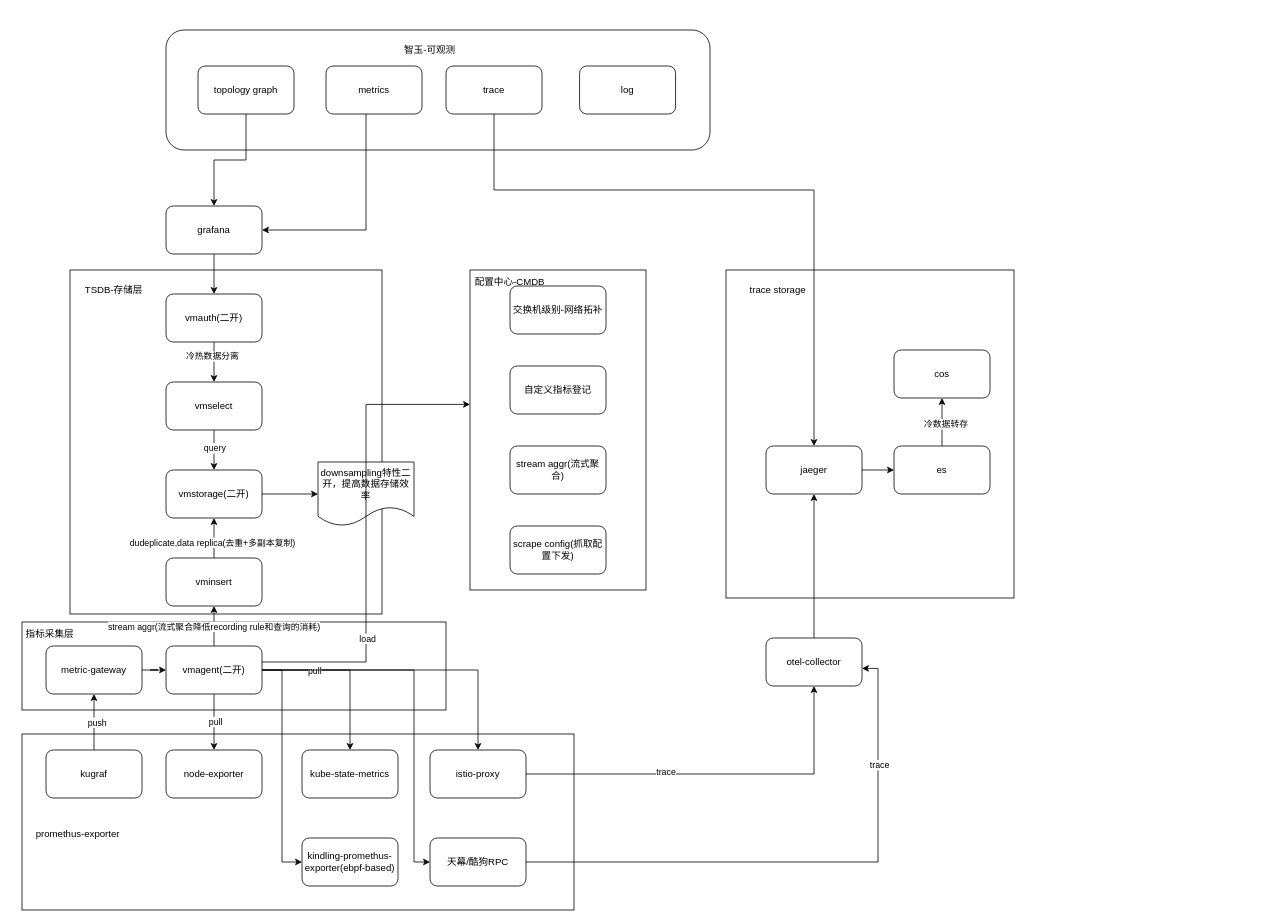
The draw.io diagram 运维中心-可观测-整体架构.drawio in leiwingqueen/draw-io, before the edit. Source tidied: cells renumbered, new cells numbered last; positions are measured from the earlier drawing's top-left corner, leaving out a move shared by most shapes. Both pictures are drawn from the tidied source at 80%, with x=0, y=0 at pixel (14, 14).
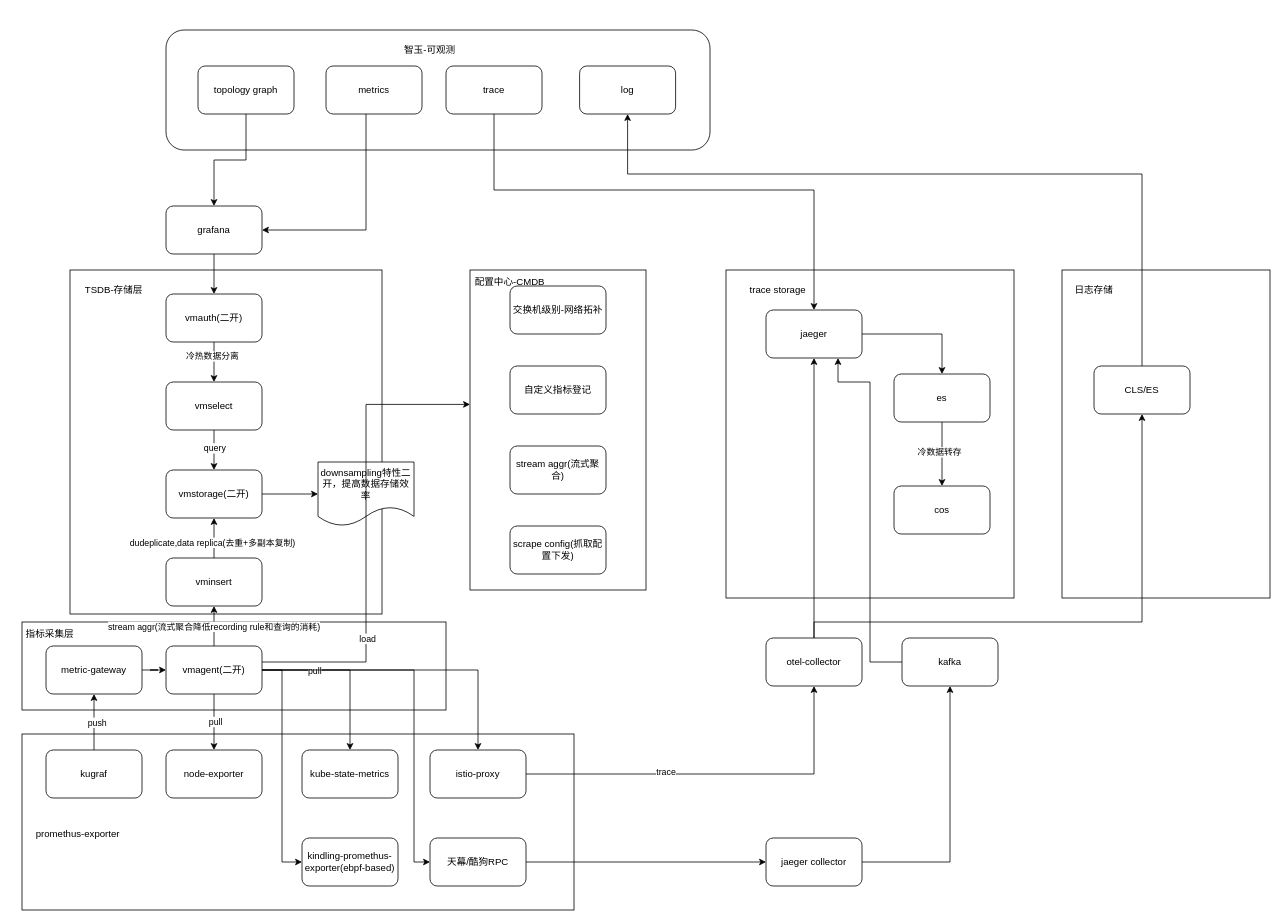
The same page after the edit.

Commit message (it also covers changes not shown here):
更新运维中心-可观测-整体架构.drawio

Unchanged cells that the change refers to:
```xml
<mxCell id="46" value="log" style="rounded=1;whiteSpace=wrap;html=1;" parent="1" vertex="1">
  <mxGeometry x="707" y="65" width="120" height="60" as="geometry" />
</mxCell>
<mxCell id="54" value="天幕/酷狗RPC" style="rounded=1;whiteSpace=wrap;html=1;" parent="1" vertex="1">
  <mxGeometry x="520" y="1030" width="120" height="60" as="geometry" />
</mxCell>
<mxCell id="64" value="otel-collector" style="rounded=1;whiteSpace=wrap;html=1;" parent="1" vertex="1">
  <mxGeometry x="940" y="780" width="120" height="60" as="geometry" />
</mxCell>
```

The edit, as a diff of the source:
```diff
@@
+    <mxCell id="74" style="rounded=0;whiteSpace=wrap;html=1;" parent="1" vertex="1">
+      <mxGeometry x="1310" y="320" width="260" height="410" as="geometry" />
+    </mxCell>
@@
+    <mxCell id="75" style="edgeStyle=orthogonalEdgeStyle;rounded=0;jettySize=auto;html=1;entryX=0;entryY=0.5;entryDx=0;entryDy=0;" parent="1" edge="1" source="54" target="80">
+      <mxGeometry relative="1" as="geometry" />
+    </mxCell>
@@
+    <mxCell id="76" style="edgeStyle=orthogonalEdgeStyle;rounded=0;jettySize=auto;html=1;entryX=0.5;entryY=1;entryDx=0;entryDy=0;" parent="1" edge="1" source="64" target="82">
+      <mxGeometry relative="1" as="geometry">
+        <Array as="points">
+          <mxPoint x="1000" y="760" />
+          <mxPoint x="1410" y="760" />
+        </Array>
+      </mxGeometry>
+    </mxCell>
@@
     <mxCell id="66" value="jaeger" style="rounded=1;whiteSpace=wrap;html=1;" parent="1" vertex="1">
-      <mxGeometry x="940" y="540" width="120" height="60" as="geometry" />
+      <mxGeometry x="940" y="370" width="120" height="60" as="geometry" />
     </mxCell>
@@
     <mxCell id="69" value="es" style="rounded=1;whiteSpace=wrap;html=1;" parent="1" vertex="1">
-      <mxGeometry x="1100" y="540" width="120" height="60" as="geometry" />
+      <mxGeometry x="1100" y="450" width="120" height="60" as="geometry" />
     </mxCell>
     <mxCell id="70" value="cos" style="rounded=1;whiteSpace=wrap;html=1;" parent="1" vertex="1">
-      <mxGeometry x="1100" y="420" width="120" height="60" as="geometry" />
+      <mxGeometry x="1100" y="590" width="120" height="60" as="geometry" />
     </mxCell>
-    <mxCell id="71" style="edgeStyle=orthogonalEdgeStyle;rounded=0;jettySize=auto;html=1;entryX=1;entryY=0.633;entryDx=0;entryDy=0;entryPerimeter=0;" parent="1" edge="1" source="54" target="64">
-      <mxGeometry relative="1" as="geometry" />
-    </mxCell>
-    <mxCell id="72" value="trace" style="edgeLabel;html=1;align=center;verticalAlign=middle;" parent="71" vertex="1">
-      <mxGeometry x="0.6" y="-1" relative="1" as="geometry" />
-    </mxCell>
@@
+    <mxCell id="77" style="edgeStyle=orthogonalEdgeStyle;rounded=0;jettySize=auto;html=1;entryX=0.75;entryY=1;entryDx=0;entryDy=0;" parent="1" edge="1" source="78" target="66">
+      <mxGeometry relative="1" as="geometry">
+        <Array as="points">
+          <mxPoint x="1070" y="810" />
+          <mxPoint x="1070" y="460" />
+          <mxPoint x="1030" y="460" />
+        </Array>
+      </mxGeometry>
+    </mxCell>
+    <mxCell id="78" value="kafka" style="rounded=1;whiteSpace=wrap;html=1;" parent="1" vertex="1">
+      <mxGeometry x="1110" y="780" width="120" height="60" as="geometry" />
+    </mxCell>
+    <mxCell id="79" style="edgeStyle=orthogonalEdgeStyle;rounded=0;jettySize=auto;html=1;" parent="1" edge="1" source="80" target="78">
+      <mxGeometry relative="1" as="geometry" />
+    </mxCell>
+    <mxCell id="80" value="jaeger collector" style="rounded=1;whiteSpace=wrap;html=1;" parent="1" vertex="1">
+      <mxGeometry x="940" y="1030" width="120" height="60" as="geometry" />
+    </mxCell>
+    <mxCell id="81" style="edgeStyle=orthogonalEdgeStyle;rounded=0;jettySize=auto;html=1;entryX=0.5;entryY=1;entryDx=0;entryDy=0;" parent="1" edge="1" source="82" target="46">
+      <mxGeometry relative="1" as="geometry">
+        <Array as="points">
+          <mxPoint x="1410" y="200" />
+          <mxPoint x="767" y="200" />
+        </Array>
+      </mxGeometry>
+    </mxCell>
+    <mxCell id="82" value="CLS/ES" style="rounded=1;whiteSpace=wrap;html=1;" parent="1" vertex="1">
+      <mxGeometry x="1350" y="440" width="120" height="60" as="geometry" />
+    </mxCell>
+    <mxCell id="83" value="日志存储" style="text;html=1;align=center;verticalAlign=middle;whiteSpace=wrap;rounded=0;" parent="1" vertex="1">
+      <mxGeometry x="1320" y="330" width="60" height="30" as="geometry" />
+    </mxCell>
```
